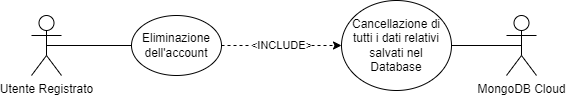
Before: Png Diagrammi RF/Requisiti-Utente Registrato (7).png, a diagram exported from draw.io (ski-online/Documents). Source tidied: cells renumbered, new cells last; positions are measured from the earlier drawing's top-left corner, leaving out a move shared by most shapes.
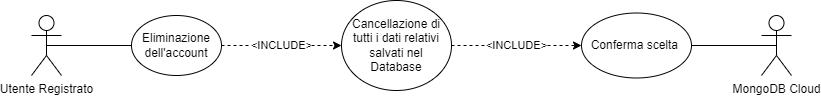
After the commit.

The edit, as a diff of the source:
```diff
@@ -14,14 +14,22 @@
     <mxCell id="5" value="Eliminazione dell'account" style="ellipse;whiteSpace=wrap;html=1;" parent="1" vertex="1">
       <mxGeometry x="100" y="15" width="90" height="60" as="geometry" />
     </mxCell>
-    <mxCell id="6" style="edgeStyle=orthogonalEdgeStyle;rounded=0;jettySize=auto;html=1;exitX=0.5;exitY=0.5;exitDx=0;exitDy=0;exitPerimeter=0;entryX=1;entryY=0.5;entryDx=0;entryDy=0;fontSize=8;endArrow=none;endFill=0;" parent="1" edge="1" source="7" target="8">
-      <mxGeometry relative="1" as="geometry" />
+    <mxCell id="6" style="edgeStyle=orthogonalEdgeStyle;rounded=0;jettySize=auto;html=1;exitX=0.5;exitY=0.5;exitDx=0;exitDy=0;exitPerimeter=0;fontSize=8;endArrow=none;endFill=0;" parent="1" edge="1" source="7">
+      <mxGeometry relative="1" as="geometry">
+        <mxPoint x="610" y="45" as="targetPoint" />
+      </mxGeometry>
     </mxCell>
     <mxCell id="7" value="MongoDB Cloud" style="shape=umlActor;verticalLabelPosition=bottom;verticalAlign=top;html=1;outlineConnect=0;" parent="1" vertex="1">
-      <mxGeometry x="475" y="15" width="30" height="60" as="geometry" />
+      <mxGeometry x="730" y="15" width="30" height="60" as="geometry" />
     </mxCell>
+    <mxCell id="9" value="&amp;lt;INCLUDE&amp;gt;" style="edgeStyle=orthogonalEdgeStyle;rounded=0;jettySize=auto;html=1;endArrow=classic;endFill=1;dashed=1;" parent="1" edge="1" source="8" target="10">
+      <mxGeometry relative="1" as="geometry" />
+    </mxCell>
     <mxCell id="8" value="Cancellazione di tutti i dati relativi salvati nel Database" style="ellipse;whiteSpace=wrap;html=1;" parent="1" vertex="1">
       <mxGeometry x="310" width="110" height="90" as="geometry" />
     </mxCell>
+    <mxCell id="10" value="Conferma scelta&amp;nbsp;" style="ellipse;whiteSpace=wrap;html=1;" parent="1" vertex="1">
+      <mxGeometry x="550" y="12.5" width="110" height="65" as="geometry" />
+    </mxCell>
   </root>
 </mxGraphModel>
```
